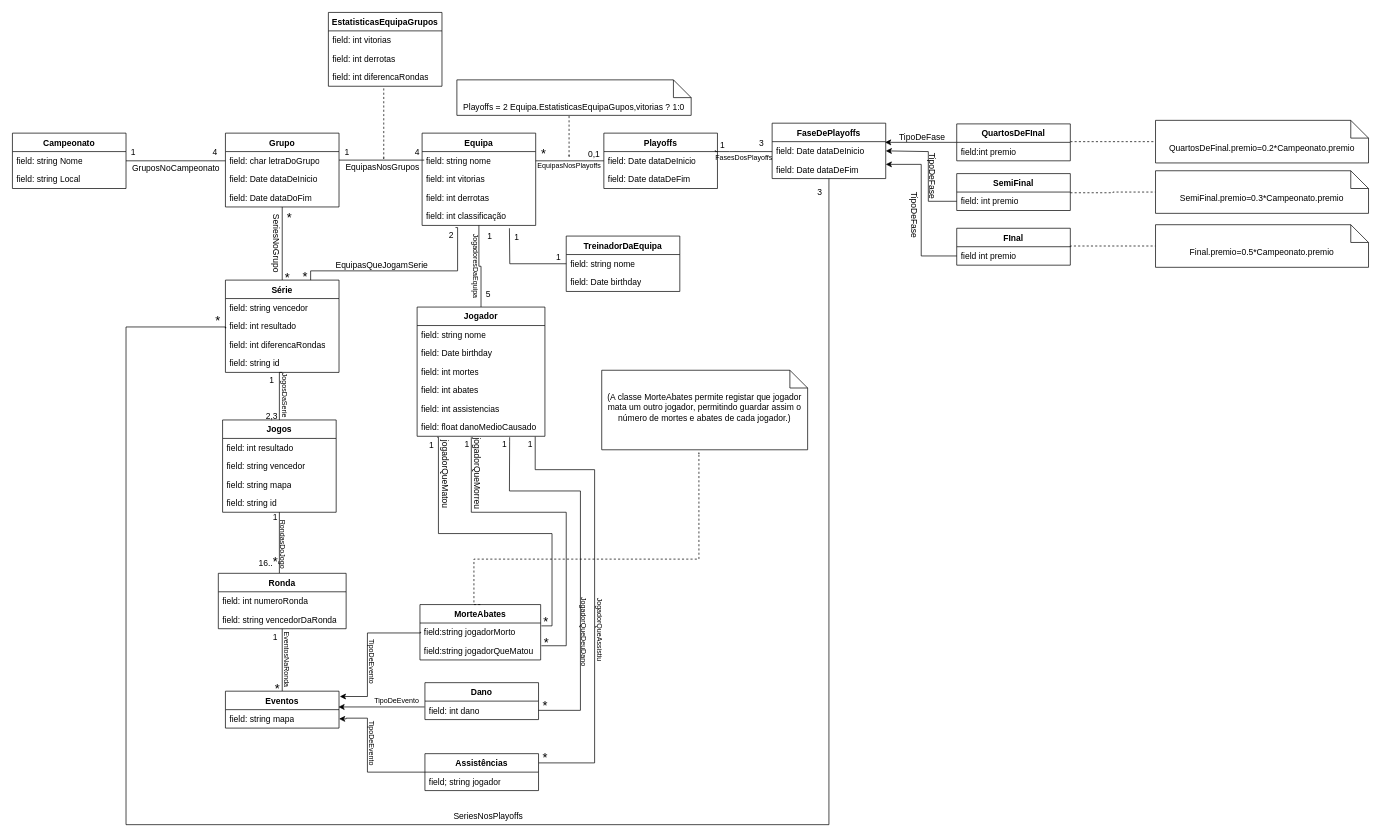
Earlier version of the draw.io diagram CampeonatoCS.drawio (esperaumbocado/Project_BD). Source tidied: cells renumbered, new cells numbered last; positions are measured from the earlier drawing's top-left corner, leaving out a move shared by most shapes. Both pictures are drawn from the tidied source at 71%, with x=0, y=0 at pixel (12, 12).
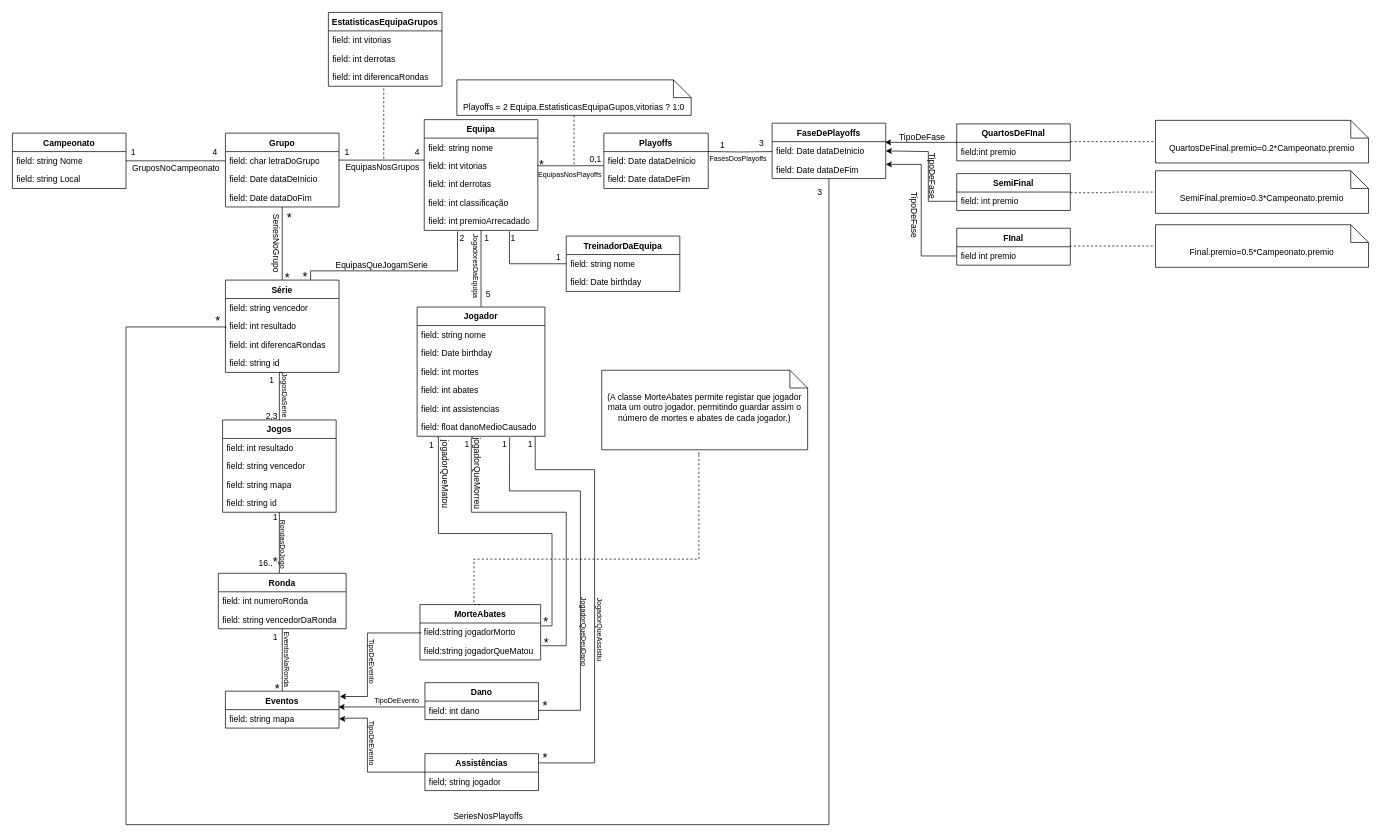
After the change.

The change refers to these unchanged cells:
```xml
<mxCell id="2" value="Playoffs = 2 Equipa.EstatisticasEquipaGupos,vitorias ? 1:0" style="shape=note2;boundedLbl=1;whiteSpace=wrap;html=1;size=25;verticalAlign=top;align=center;labelBackgroundColor=none;" parent="1" vertex="1">
  <mxGeometry x="626" y="95" width="330" height="50" as="geometry" />
</mxCell>
<mxCell id="14" value="&lt;div&gt;field: string nome&lt;/div&gt;" style="text;fillColor=none;align=left;verticalAlign=top;spacingLeft=4;spacingRight=4;overflow=hidden;points=[[0,0.5],[1,0.5]];portConstraint=eastwest;whiteSpace=wrap;html=1;labelBackgroundColor=none;" parent="13" vertex="1">
  <mxGeometry y="26" width="160" height="26" as="geometry" />
</mxCell>
<mxCell id="15" value="field: int vitorias" style="text;fillColor=none;align=left;verticalAlign=top;spacingLeft=4;spacingRight=4;overflow=hidden;points=[[0,0.5],[1,0.5]];portConstraint=eastwest;whiteSpace=wrap;html=1;labelBackgroundColor=none;" parent="13" vertex="1">
  <mxGeometry y="52" width="160" height="26" as="geometry" />
</mxCell>
<mxCell id="17" value="field: int classificação" style="text;fillColor=none;align=left;verticalAlign=top;spacingLeft=4;spacingRight=4;overflow=hidden;points=[[0,0.5],[1,0.5]];portConstraint=eastwest;whiteSpace=wrap;html=1;labelBackgroundColor=none;" parent="13" vertex="1">
  <mxGeometry y="104" width="160" height="26" as="geometry" />
</mxCell>
<mxCell id="22" value="Série" style="swimlane;fontStyle=1;align=center;verticalAlign=top;horizontal=1;startSize=26;whiteSpace=wrap;html=1;labelBackgroundColor=none;" parent="1" vertex="1">
  <mxGeometry x="300" y="377" width="160" height="130" as="geometry" />
</mxCell>
<mxCell id="142" value="TreinadorDaEquipa" style="swimlane;fontStyle=1;align=center;verticalAlign=top;horizontal=1;startSize=26;whiteSpace=wrap;html=1;labelBackgroundColor=none;" parent="1" vertex="1">
  <mxGeometry x="780" y="315" width="160" height="78" as="geometry" />
</mxCell>
<mxCell id="144" value="field: string nome" style="text;fillColor=none;align=left;verticalAlign=top;spacingLeft=4;spacingRight=4;overflow=hidden;points=[[0,0.5],[1,0.5]];portConstraint=eastwest;whiteSpace=wrap;html=1;labelBackgroundColor=none;" parent="142" vertex="1">
  <mxGeometry y="26" width="160" height="26" as="geometry" />
</mxCell>
```

What changed in the source:
```diff
@@
+    <mxCell id="149" style="edgeStyle=orthogonalEdgeStyle;rounded=0;jettySize=auto;html=1;endArrow=none;endFill=0;dashed=1;" parent="1" edge="1" source="2">
+      <mxGeometry relative="1" as="geometry">
+        <mxPoint x="791" y="214" as="targetPoint" />
+      </mxGeometry>
+    </mxCell>
@@
     <mxCell id="13" value="Equipa" style="swimlane;fontStyle=1;align=center;verticalAlign=top;horizontal=1;startSize=26;whiteSpace=wrap;html=1;labelBackgroundColor=none;" parent="1" vertex="1">
-      <mxGeometry x="577" y="170" width="160" height="130" as="geometry" />
+      <mxGeometry x="580" y="151" width="160" height="156" as="geometry" />
     </mxCell>
@@
+    <mxCell id="150" value="field: int premioArrecadado" style="text;fillColor=none;align=left;verticalAlign=top;spacingLeft=4;spacingRight=4;overflow=hidden;points=[[0,0.5],[1,0.5]];portConstraint=eastwest;whiteSpace=wrap;html=1;labelBackgroundColor=none;" parent="13" vertex="1">
+      <mxGeometry y="130" width="160" height="26" as="geometry" />
+    </mxCell>
@@
     <mxCell id="49" value="Playoffs" style="swimlane;fontStyle=1;align=center;verticalAlign=top;horizontal=1;startSize=26;whiteSpace=wrap;html=1;labelBackgroundColor=none;" parent="1" vertex="1">
-      <mxGeometry x="833" y="170" width="160" height="78" as="geometry" />
+      <mxGeometry x="833" y="170" width="147" height="78" as="geometry" />
     </mxCell>
     <mxCell id="50" value="field: Date dataDeInicio" style="text;fillColor=none;align=left;verticalAlign=top;spacingLeft=4;spacingRight=4;overflow=hidden;points=[[0,0.5],[1,0.5]];portConstraint=eastwest;whiteSpace=wrap;html=1;labelBackgroundColor=none;" parent="49" vertex="1">
-      <mxGeometry y="26" width="160" height="26" as="geometry" />
+      <mxGeometry y="26" width="147" height="26" as="geometry" />
     </mxCell>
     <mxCell id="51" value="field: Date dataDeFim" style="text;fillColor=none;align=left;verticalAlign=top;spacingLeft=4;spacingRight=4;overflow=hidden;whiteSpace=wrap;html=1;labelBackgroundColor=none;" parent="49" vertex="1">
-      <mxGeometry y="52" width="160" height="26" as="geometry" />
+      <mxGeometry y="52" width="147" height="26" as="geometry" />
     </mxCell>
-    <mxCell id="52" style="edgeStyle=orthogonalEdgeStyle;rounded=0;jettySize=auto;html=1;entryX=0;entryY=0.5;entryDx=0;entryDy=0;endSize=0;endArrow=none;endFill=0;labelBackgroundColor=none;fontColor=default;" parent="1" edge="1" source="14" target="50">
-      <mxGeometry relative="1" as="geometry" />
-    </mxCell>
     <mxCell id="53" value="1" style="text;html=1;align=center;verticalAlign=middle;strokeColor=none;fillColor=none;labelBackgroundColor=none;" parent="1" vertex="1">
-      <mxGeometry x="657" y="300" width="30" height="30" as="geometry" />
+      <mxGeometry x="653" y="303" width="30" height="30" as="geometry" />
     </mxCell>
@@
     <mxCell id="55" value="&lt;font style=&quot;font-size: 18px;&quot;&gt;*&lt;/font&gt;" style="text;html=1;align=center;verticalAlign=middle;strokeColor=none;fillColor=none;labelBackgroundColor=none;" parent="1" vertex="1">
-      <mxGeometry x="733" y="180" width="30" height="40" as="geometry" />
+      <mxGeometry x="730" y="195" width="30" height="40" as="geometry" />
     </mxCell>
     <mxCell id="56" value="0,1" style="text;html=1;align=center;verticalAlign=middle;strokeColor=none;fillColor=none;labelBackgroundColor=none;" parent="1" vertex="1">
-      <mxGeometry x="799" y="185" width="40" height="30" as="geometry" />
+      <mxGeometry x="801" y="192" width="40" height="30" as="geometry" />
     </mxCell>
@@
-    <mxCell id="58" style="edgeStyle=orthogonalEdgeStyle;rounded=0;jettySize=auto;html=1;entryX=0.75;entryY=0;entryDx=0;entryDy=0;endSize=0;exitX=0.294;exitY=1.115;exitDx=0;exitDy=0;exitPerimeter=0;endArrow=none;endFill=0;labelBackgroundColor=none;fontColor=default;" parent="1" edge="1" source="17" target="22">
+    <mxCell id="58" style="edgeStyle=orthogonalEdgeStyle;rounded=0;jettySize=auto;html=1;entryX=0.75;entryY=0;entryDx=0;entryDy=0;endSize=0;endArrow=none;endFill=0;labelBackgroundColor=none;fontColor=default;exitX=0.293;exitY=1.06;exitDx=0;exitDy=0;exitPerimeter=0;" parent="1" edge="1" source="150" target="22">
       <mxGeometry relative="1" as="geometry">
         <Array as="points">
           <mxPoint x="627" y="364" />
           <mxPoint x="420" y="364" />
         </Array>
       </mxGeometry>
     </mxCell>
@@
     <mxCell id="60" value="2" style="text;html=1;align=center;verticalAlign=middle;strokeColor=none;fillColor=none;labelBackgroundColor=none;" parent="1" vertex="1">
-      <mxGeometry x="603" y="299" width="30" height="30" as="geometry" />
+      <mxGeometry x="618" y="303" width="30" height="30" as="geometry" />
     </mxCell>
@@
-    <mxCell id="86" style="edgeStyle=orthogonalEdgeStyle;rounded=0;orthogonalLoop=1;jettySize=auto;html=1;exitX=0;exitY=0.5;exitDx=0;exitDy=0;endSize=0;endArrow=none;endFill=0;labelBackgroundColor=none;fontColor=default;" parent="1" edge="1">
+    <mxCell id="86" style="edgeStyle=orthogonalEdgeStyle;rounded=0;jettySize=auto;html=1;exitX=0;exitY=0.5;exitDx=0;exitDy=0;endSize=0;endArrow=none;endFill=0;labelBackgroundColor=none;fontColor=default;entryX=0.995;entryY=0.333;entryDx=0;entryDy=0;entryPerimeter=0;" parent="1" edge="1" target="49">
       <mxGeometry relative="1" as="geometry">
         <mxPoint x="1070" y="196" as="sourcePoint" />
-        <mxPoint x="990" y="194" as="targetPoint" />
-        <Array as="points">
-          <mxPoint x="1010" y="196" />
-          <mxPoint x="1010" y="196" />
-        </Array>
       </mxGeometry>
     </mxCell>
-    <mxCell id="87" style="edgeStyle=segmentEdgeStyle;endArrow=classic;html=1;curved=0;rounded=0;endSize=0;startSize=8;sourcePerimeterSpacing=0;targetPerimeterSpacing=0;exitX=0.481;exitY=1.018;exitDx=0;exitDy=0;exitPerimeter=0;dashed=1;labelBackgroundColor=none;fontColor=default;" parent="1" edge="1" source="2">
-      <mxGeometry relative="1" as="geometry">
-        <mxPoint x="784" y="204" as="targetPoint" />
-        <Array as="points">
-          <mxPoint x="784" y="204" />
-        </Array>
-      </mxGeometry>
-    </mxCell>
@@
-    <mxCell id="117" style="edgeStyle=orthogonalEdgeStyle;rounded=0;orthogonalLoop=1;jettySize=auto;html=1;endSize=0;dashed=1;labelBackgroundColor=none;fontColor=default;" parent="1" edge="1">
+    <mxCell id="117" style="edgeStyle=orthogonalEdgeStyle;rounded=0;orthogonalLoop=1;jettySize=auto;html=1;endSize=0;dashed=1;labelBackgroundColor=none;fontColor=default;endArrow=none;endFill=0;" parent="1" edge="1">
       <mxGeometry relative="1" as="geometry">
         <mxPoint x="523" y="107" as="sourcePoint" />
         <mxPoint x="523" y="207" as="targetPoint" />
         <Array as="points">
           <mxPoint x="523" y="144" />
           <mxPoint x="523" y="144" />
         </Array>
       </mxGeometry>
     </mxCell>
@@
     <mxCell id="123" value="&lt;font style=&quot;font-size: 10px;&quot;&gt;EquipasNosPlayoffs&lt;/font&gt;" style="text;html=1;align=center;verticalAlign=middle;strokeColor=none;fillColor=none;labelBackgroundColor=none;" parent="1" vertex="1">
-      <mxGeometry x="729" y="201" width="110" height="30" as="geometry" />
+      <mxGeometry x="730" y="213" width="110" height="30" as="geometry" />
     </mxCell>
     <mxCell id="124" value="&lt;font style=&quot;font-size: 10px;&quot;&gt;FasesDosPlayoffs&lt;/font&gt;" style="text;html=1;align=center;verticalAlign=middle;strokeColor=none;fillColor=none;labelBackgroundColor=none;" parent="1" vertex="1">
-      <mxGeometry x="980" y="190" width="100" height="30" as="geometry" />
+      <mxGeometry x="972" y="191" width="100" height="30" as="geometry" />
     </mxCell>
@@
-    <mxCell id="143" style="edgeStyle=orthogonalEdgeStyle;rounded=0;jettySize=auto;html=1;endArrow=none;endFill=0;labelBackgroundColor=none;fontColor=default;" parent="142" edge="1" source="144">
-      <mxGeometry relative="1" as="geometry">
-        <mxPoint x="-80" y="-11" as="targetPoint" />
-      </mxGeometry>
-    </mxCell>
@@
     <mxCell id="146" value="1" style="text;html=1;align=center;verticalAlign=middle;strokeColor=none;fillColor=none;labelBackgroundColor=none;" parent="1" vertex="1">
-      <mxGeometry x="695" y="302" width="30" height="30" as="geometry" />
+      <mxGeometry x="690" y="304" width="30" height="30" as="geometry" />
     </mxCell>
@@
+    <mxCell id="143" style="edgeStyle=orthogonalEdgeStyle;rounded=0;jettySize=auto;html=1;endArrow=none;endFill=0;labelBackgroundColor=none;fontColor=default;entryX=0.75;entryY=1.046;entryDx=0;entryDy=0;entryPerimeter=0;" parent="1" edge="1" source="144" target="150">
+      <mxGeometry relative="1" as="geometry">
+        <Array as="points">
+          <mxPoint x="700" y="354" />
+        </Array>
+      </mxGeometry>
+    </mxCell>
+    <mxCell id="151" style="edgeStyle=orthogonalEdgeStyle;rounded=0;jettySize=auto;html=1;entryX=-0.003;entryY=0.763;entryDx=0;entryDy=0;entryPerimeter=0;endArrow=none;endFill=0;" parent="1" edge="1" source="15" target="50">
+      <mxGeometry relative="1" as="geometry" />
+    </mxCell>
```
